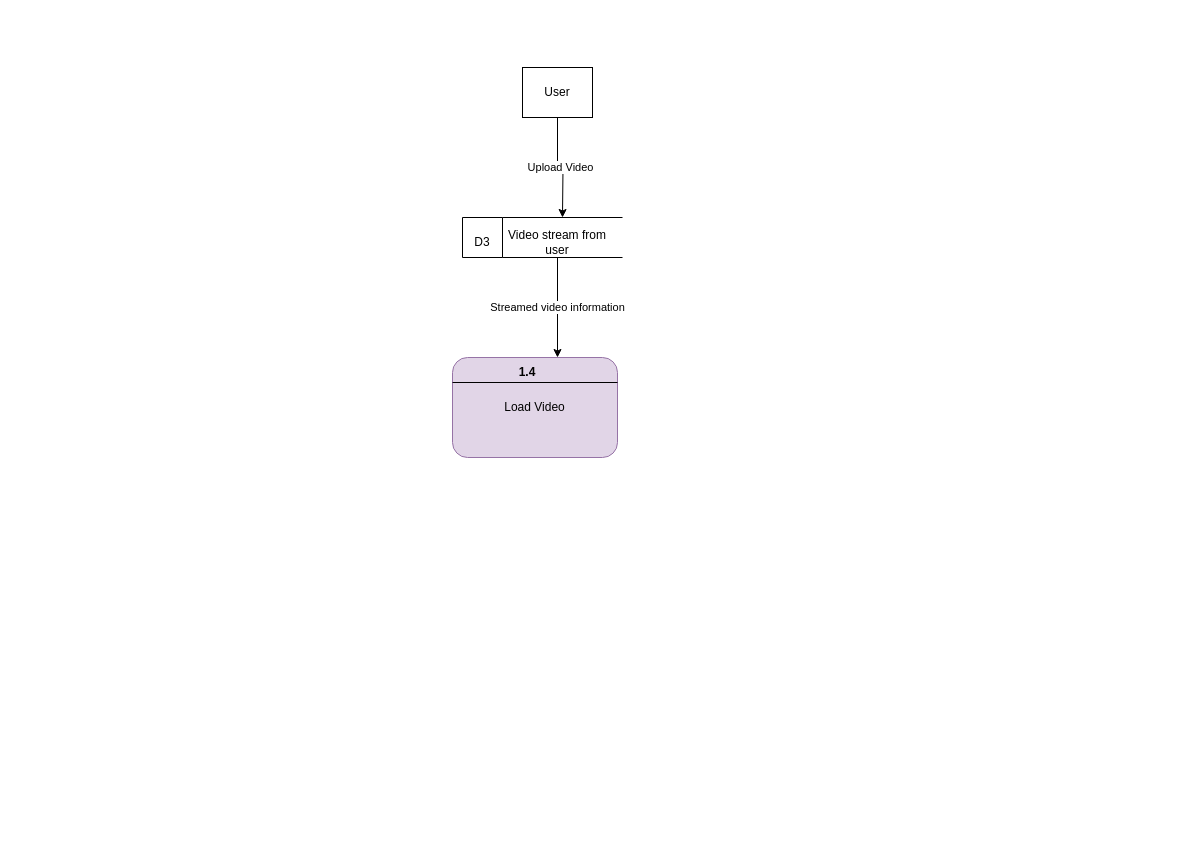
Earlier version of the draw.io diagram Diagrams/Dataflow Diagram.drawio (vish84725/Research_Artifacts). Source tidied: cells renumbered, new cells numbered last; positions are measured from the earlier drawing's top-left corner, leaving out a move shared by most shapes. Both pictures are drawn from the tidied source at 100%, with x=0, y=0 at pixel (452, 67).
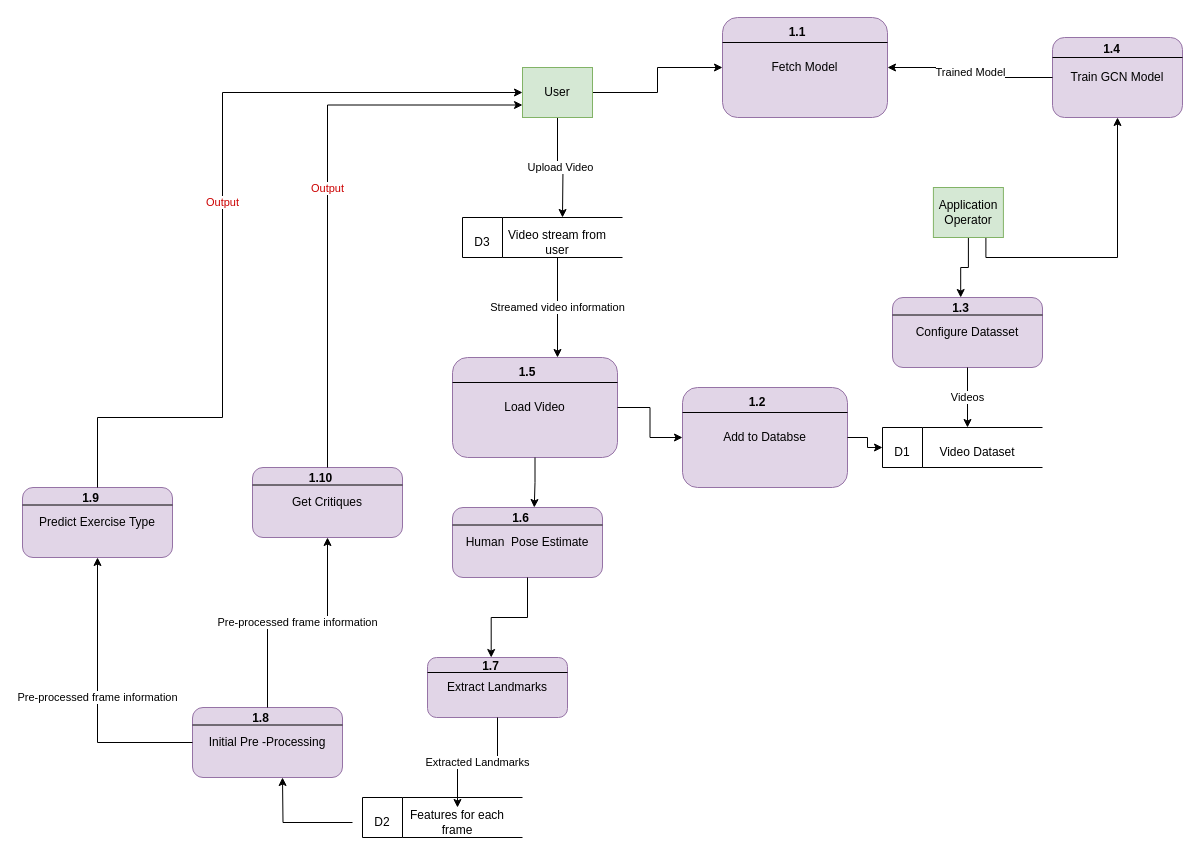
Above is the later version.

The change refers to these unchanged cells:
```xml
<mxCell id="13" style="group;" parent="1" vertex="1">
  <mxGeometry y="290" width="165" height="100" as="geometry" />
</mxCell>
<mxCell id="14" value="Load Video" style="rounded=1;whiteSpace=wrap;html=1;fillColor=#e1d5e7;strokeColor=#9673a6;" parent="13" vertex="1">
  <mxGeometry width="165" height="100" as="geometry" />
</mxCell>
```

What changed in the source:
```diff
@@
+    <mxCell id="18" style="edgeStyle=orthogonalEdgeStyle;rounded=0;jettySize=auto;html=1;" parent="1" edge="1" source="3" target="45">
+      <mxGeometry relative="1" as="geometry" />
+    </mxCell>
-    <mxCell id="3" value="User" style="rounded=0;whiteSpace=wrap;html=1;" parent="1" vertex="1">
+    <mxCell id="3" value="User" style="rounded=0;whiteSpace=wrap;html=1;fillColor=#d5e8d4;strokeColor=#82b366;" parent="1" vertex="1">
       <mxGeometry x="70" width="70" height="50" as="geometry" />
     </mxCell>
@@
-    <mxCell id="16" value="&lt;b&gt;1.4&lt;/b&gt;" style="text;html=1;strokeColor=none;fillColor=none;align=center;verticalAlign=middle;whiteSpace=wrap;rounded=0;" parent="13" vertex="1">
+    <mxCell id="16" value="&lt;b&gt;1.5&lt;/b&gt;" style="text;html=1;strokeColor=none;fillColor=none;align=center;verticalAlign=middle;whiteSpace=wrap;rounded=0;" parent="13" vertex="1">
       <mxGeometry x="45" width="60" height="30" as="geometry" />
     </mxCell>
@@
+    <mxCell id="19" style="group;" parent="1" vertex="1">
+      <mxGeometry y="440" width="150" height="70" as="geometry" />
+    </mxCell>
+    <mxCell id="20" value="Human&amp;nbsp; Pose Estimate" style="rounded=1;whiteSpace=wrap;html=1;fillColor=#e1d5e7;strokeColor=#9673a6;" parent="19" vertex="1">
+      <mxGeometry width="150" height="70" as="geometry" />
+    </mxCell>
+    <mxCell id="21" style="endArrow=none;html=1;rounded=0;entryX=1;entryY=0.25;entryDx=0;entryDy=0;exitX=0;exitY=0.25;exitDx=0;exitDy=0;" parent="19" edge="1" source="20" target="20">
+      <mxGeometry relative="1" as="geometry" />
+    </mxCell>
+    <mxCell id="22" value="&lt;b&gt;1.6&lt;/b&gt;" style="text;html=1;strokeColor=none;fillColor=none;align=center;verticalAlign=middle;whiteSpace=wrap;rounded=0;" parent="19" vertex="1">
+      <mxGeometry x="40.9" width="54.5" height="21" as="geometry" />
+    </mxCell>
+    <mxCell id="23" style="edgeStyle=orthogonalEdgeStyle;rounded=0;jettySize=auto;html=1;entryX=0.75;entryY=0;entryDx=0;entryDy=0;" parent="1" edge="1" source="14" target="22">
+      <mxGeometry relative="1" as="geometry" />
+    </mxCell>
+    <mxCell id="24" style="group;" parent="1" vertex="1">
+      <mxGeometry x="-25" y="590" width="140" height="60" as="geometry" />
+    </mxCell>
+    <mxCell id="25" value="Extract Landmarks" style="rounded=1;whiteSpace=wrap;html=1;fillColor=#e1d5e7;strokeColor=#9673a6;" parent="24" vertex="1">
+      <mxGeometry width="140" height="60" as="geometry" />
+    </mxCell>
+    <mxCell id="26" style="endArrow=none;html=1;rounded=0;entryX=1;entryY=0.25;entryDx=0;entryDy=0;exitX=0;exitY=0.25;exitDx=0;exitDy=0;" parent="24" edge="1" source="25" target="25">
+      <mxGeometry relative="1" as="geometry" />
+    </mxCell>
+    <mxCell id="27" value="&lt;b&gt;1.7&lt;/b&gt;" style="text;html=1;strokeColor=none;fillColor=none;align=center;verticalAlign=middle;whiteSpace=wrap;rounded=0;" parent="24" vertex="1">
+      <mxGeometry x="38.2" width="50.9" height="18" as="geometry" />
+    </mxCell>
+    <mxCell id="28" style="edgeStyle=orthogonalEdgeStyle;rounded=0;jettySize=auto;html=1;" parent="1" edge="1" source="20" target="27">
+      <mxGeometry relative="1" as="geometry" />
+    </mxCell>
+    <mxCell id="29" style="group;" parent="1" vertex="1">
+      <mxGeometry x="-100" y="730" width="170" height="40" as="geometry" />
+    </mxCell>
+    <mxCell id="30" style="endArrow=none;html=1;rounded=0;" parent="29" edge="1">
+      <mxGeometry relative="1" as="geometry">
+        <mxPoint x="10" y="40" as="sourcePoint" />
+        <mxPoint x="10" as="targetPoint" />
+      </mxGeometry>
+    </mxCell>
+    <mxCell id="31" style="endArrow=none;html=1;rounded=0;" parent="29" edge="1">
+      <mxGeometry relative="1" as="geometry">
+        <mxPoint x="50" as="sourcePoint" />
+        <mxPoint x="10" as="targetPoint" />
+      </mxGeometry>
+    </mxCell>
+    <mxCell id="32" style="endArrow=none;html=1;rounded=0;" parent="29" edge="1">
+      <mxGeometry relative="1" as="geometry">
+        <mxPoint x="50" y="40" as="sourcePoint" />
+        <mxPoint x="10" y="40" as="targetPoint" />
+      </mxGeometry>
+    </mxCell>
+    <mxCell id="33" style="endArrow=none;html=1;rounded=0;" parent="29" edge="1">
+      <mxGeometry relative="1" as="geometry">
+        <mxPoint x="50" as="sourcePoint" />
+        <mxPoint x="50" y="40" as="targetPoint" />
+      </mxGeometry>
+    </mxCell>
+    <mxCell id="34" style="endArrow=none;html=1;rounded=0;" parent="29" edge="1">
+      <mxGeometry relative="1" as="geometry">
+        <mxPoint x="170" as="sourcePoint" />
+        <mxPoint x="50" as="targetPoint" />
+      </mxGeometry>
+    </mxCell>
+    <mxCell id="35" style="endArrow=none;html=1;rounded=0;" parent="29" edge="1">
+      <mxGeometry relative="1" as="geometry">
+        <mxPoint x="170" y="40" as="sourcePoint" />
+        <mxPoint x="50" y="40" as="targetPoint" />
+      </mxGeometry>
+    </mxCell>
+    <mxCell id="36" value="D2" style="text;html=1;strokeColor=none;fillColor=none;align=center;verticalAlign=middle;whiteSpace=wrap;rounded=0;" parent="29" vertex="1">
+      <mxGeometry y="10" width="60" height="30" as="geometry" />
+    </mxCell>
+    <mxCell id="37" value="Features for each frame" style="text;html=1;strokeColor=none;fillColor=none;align=center;verticalAlign=middle;whiteSpace=wrap;rounded=0;" parent="29" vertex="1">
+      <mxGeometry x="50" y="10" width="110" height="30" as="geometry" />
+    </mxCell>
+    <mxCell id="38" value="Extracted Landmarks" style="edgeStyle=orthogonalEdgeStyle;rounded=0;jettySize=auto;html=1;entryX=0.5;entryY=0;entryDx=0;entryDy=0;" parent="1" edge="1" source="25" target="37">
+      <mxGeometry relative="1" as="geometry" />
+    </mxCell>
+    <mxCell id="39" style="group;" parent="1" vertex="1">
+      <mxGeometry x="-260" y="640" width="150" height="70" as="geometry" />
+    </mxCell>
+    <mxCell id="40" value="Initial Pre -Processing" style="rounded=1;whiteSpace=wrap;html=1;fillColor=#e1d5e7;strokeColor=#9673a6;" parent="39" vertex="1">
+      <mxGeometry width="150" height="70" as="geometry" />
+    </mxCell>
+    <mxCell id="41" style="endArrow=none;html=1;rounded=0;entryX=1;entryY=0.25;entryDx=0;entryDy=0;exitX=0;exitY=0.25;exitDx=0;exitDy=0;" parent="39" edge="1" source="40" target="40">
+      <mxGeometry relative="1" as="geometry" />
+    </mxCell>
+    <mxCell id="42" value="&lt;b&gt;1.8&lt;/b&gt;" style="text;html=1;strokeColor=none;fillColor=none;align=center;verticalAlign=middle;whiteSpace=wrap;rounded=0;" parent="39" vertex="1">
+      <mxGeometry x="40.9" width="54.5" height="21" as="geometry" />
+    </mxCell>
+    <mxCell id="43" style="edgeStyle=orthogonalEdgeStyle;rounded=0;jettySize=auto;html=1;" parent="1" edge="1" source="36">
+      <mxGeometry relative="1" as="geometry">
+        <mxPoint x="-170" y="710" as="targetPoint" />
+      </mxGeometry>
+    </mxCell>
+    <mxCell id="44" style="group;" parent="1" vertex="1">
+      <mxGeometry x="270" y="-50" width="165" height="100" as="geometry" />
+    </mxCell>
+    <mxCell id="45" value="Fetch Model" style="rounded=1;whiteSpace=wrap;html=1;fillColor=#e1d5e7;strokeColor=#9673a6;" parent="44" vertex="1">
+      <mxGeometry width="165" height="100" as="geometry" />
+    </mxCell>
+    <mxCell id="46" style="endArrow=none;html=1;rounded=0;entryX=1;entryY=0.25;entryDx=0;entryDy=0;exitX=0;exitY=0.25;exitDx=0;exitDy=0;" parent="44" edge="1" source="45" target="45">
+      <mxGeometry relative="1" as="geometry" />
+    </mxCell>
+    <mxCell id="47" value="&lt;b&gt;1.1&lt;/b&gt;" style="text;html=1;strokeColor=none;fillColor=none;align=center;verticalAlign=middle;whiteSpace=wrap;rounded=0;" parent="44" vertex="1">
+      <mxGeometry x="45" width="60" height="30" as="geometry" />
+    </mxCell>
+    <mxCell id="48" style="edgeStyle=orthogonalEdgeStyle;rounded=0;jettySize=auto;html=1;" parent="1" edge="1" source="14" target="59">
+      <mxGeometry relative="1" as="geometry" />
+    </mxCell>
+    <mxCell id="49" style="group;" parent="1" vertex="1">
+      <mxGeometry x="420" y="360" width="205" height="60" as="geometry" />
+    </mxCell>
+    <mxCell id="50" style="endArrow=none;html=1;rounded=0;" parent="49" edge="1">
+      <mxGeometry relative="1" as="geometry">
+        <mxPoint x="10" y="40" as="sourcePoint" />
+        <mxPoint x="10" as="targetPoint" />
+      </mxGeometry>
+    </mxCell>
+    <mxCell id="51" style="endArrow=none;html=1;rounded=0;" parent="49" edge="1">
+      <mxGeometry relative="1" as="geometry">
+        <mxPoint x="50" as="sourcePoint" />
+        <mxPoint x="10" as="targetPoint" />
+      </mxGeometry>
+    </mxCell>
+    <mxCell id="52" style="endArrow=none;html=1;rounded=0;" parent="49" edge="1">
+      <mxGeometry relative="1" as="geometry">
+        <mxPoint x="50" y="40" as="sourcePoint" />
+        <mxPoint x="10" y="40" as="targetPoint" />
+      </mxGeometry>
+    </mxCell>
+    <mxCell id="53" style="endArrow=none;html=1;rounded=0;" parent="49" edge="1">
+      <mxGeometry relative="1" as="geometry">
+        <mxPoint x="50" as="sourcePoint" />
+        <mxPoint x="50" y="40" as="targetPoint" />
+      </mxGeometry>
+    </mxCell>
+    <mxCell id="54" style="endArrow=none;html=1;rounded=0;" parent="49" edge="1">
+      <mxGeometry relative="1" as="geometry">
+        <mxPoint x="170" as="sourcePoint" />
+        <mxPoint x="50" as="targetPoint" />
+      </mxGeometry>
+    </mxCell>
+    <mxCell id="55" style="endArrow=none;html=1;rounded=0;" parent="49" edge="1">
+      <mxGeometry relative="1" as="geometry">
+        <mxPoint x="170" y="40" as="sourcePoint" />
+        <mxPoint x="50" y="40" as="targetPoint" />
+      </mxGeometry>
+    </mxCell>
+    <mxCell id="56" value="D1" style="text;html=1;strokeColor=none;fillColor=none;align=center;verticalAlign=middle;whiteSpace=wrap;rounded=0;" parent="49" vertex="1">
+      <mxGeometry y="10" width="60" height="30" as="geometry" />
+    </mxCell>
+    <mxCell id="57" value="Video Dataset" style="text;html=1;strokeColor=none;fillColor=none;align=center;verticalAlign=middle;whiteSpace=wrap;rounded=0;" parent="49" vertex="1">
+      <mxGeometry x="50" y="10" width="110" height="30" as="geometry" />
+    </mxCell>
+    <mxCell id="58" style="group;" parent="49" vertex="1">
+      <mxGeometry x="-190" y="-40" width="165" height="100" as="geometry" />
+    </mxCell>
+    <mxCell id="59" value="Add to Databse" style="rounded=1;whiteSpace=wrap;html=1;fillColor=#e1d5e7;strokeColor=#9673a6;" parent="58" vertex="1">
+      <mxGeometry width="165" height="100" as="geometry" />
+    </mxCell>
+    <mxCell id="60" style="endArrow=none;html=1;rounded=0;entryX=1;entryY=0.25;entryDx=0;entryDy=0;exitX=0;exitY=0.25;exitDx=0;exitDy=0;" parent="58" edge="1" source="59" target="59">
+      <mxGeometry relative="1" as="geometry" />
+    </mxCell>
+    <mxCell id="61" value="&lt;b&gt;1.2&lt;/b&gt;" style="text;html=1;strokeColor=none;fillColor=none;align=center;verticalAlign=middle;whiteSpace=wrap;rounded=0;" parent="58" vertex="1">
+      <mxGeometry x="45" width="60" height="30" as="geometry" />
+    </mxCell>
+    <mxCell id="62" style="edgeStyle=orthogonalEdgeStyle;rounded=0;jettySize=auto;html=1;entryX=0.167;entryY=0.333;entryDx=0;entryDy=0;entryPerimeter=0;" parent="49" edge="1" source="59" target="56">
+      <mxGeometry relative="1" as="geometry" />
+    </mxCell>
+    <mxCell id="63" style="edgeStyle=orthogonalEdgeStyle;rounded=0;jettySize=auto;html=1;" parent="1" edge="1" source="65" target="69">
+      <mxGeometry relative="1" as="geometry" />
+    </mxCell>
+    <mxCell id="64" style="edgeStyle=orthogonalEdgeStyle;rounded=0;jettySize=auto;html=1;exitX=0.75;exitY=1;exitDx=0;exitDy=0;" parent="1" edge="1" source="65" target="72">
+      <mxGeometry relative="1" as="geometry" />
+    </mxCell>
+    <mxCell id="65" value="Application Operator" style="rounded=0;whiteSpace=wrap;html=1;fillColor=#d5e8d4;strokeColor=#82b366;" parent="1" vertex="1">
+      <mxGeometry x="480.9" y="120" width="70" height="50" as="geometry" />
+    </mxCell>
+    <mxCell id="66" style="group;" parent="1" vertex="1">
+      <mxGeometry x="440" y="230" width="150" height="70" as="geometry" />
+    </mxCell>
+    <mxCell id="67" value="Configure Datasset" style="rounded=1;whiteSpace=wrap;html=1;fillColor=#e1d5e7;strokeColor=#9673a6;" parent="66" vertex="1">
+      <mxGeometry width="150" height="70" as="geometry" />
+    </mxCell>
+    <mxCell id="68" style="endArrow=none;html=1;rounded=0;entryX=1;entryY=0.25;entryDx=0;entryDy=0;exitX=0;exitY=0.25;exitDx=0;exitDy=0;" parent="66" edge="1" source="67" target="67">
+      <mxGeometry relative="1" as="geometry" />
+    </mxCell>
+    <mxCell id="69" value="&lt;b&gt;1.3&lt;/b&gt;" style="text;html=1;strokeColor=none;fillColor=none;align=center;verticalAlign=middle;whiteSpace=wrap;rounded=0;" parent="66" vertex="1">
+      <mxGeometry x="40.9" width="54.5" height="21" as="geometry" />
+    </mxCell>
+    <mxCell id="70" value="Videos" style="edgeStyle=orthogonalEdgeStyle;rounded=0;jettySize=auto;html=1;" parent="1" edge="1" source="67">
+      <mxGeometry relative="1" as="geometry">
+        <mxPoint x="515" y="360" as="targetPoint" />
+      </mxGeometry>
+    </mxCell>
+    <mxCell id="71" style="group;" parent="1" vertex="1">
+      <mxGeometry x="600" y="-30" width="130" height="80" as="geometry" />
+    </mxCell>
+    <mxCell id="72" value="Train GCN Model" style="rounded=1;whiteSpace=wrap;html=1;fillColor=#e1d5e7;strokeColor=#9673a6;" parent="71" vertex="1">
+      <mxGeometry width="130" height="80" as="geometry" />
+    </mxCell>
+    <mxCell id="73" style="endArrow=none;html=1;rounded=0;entryX=1;entryY=0.25;entryDx=0;entryDy=0;exitX=0;exitY=0.25;exitDx=0;exitDy=0;" parent="71" edge="1" source="72" target="72">
+      <mxGeometry relative="1" as="geometry" />
+    </mxCell>
+    <mxCell id="74" value="&lt;b&gt;1.4&lt;/b&gt;" style="text;html=1;strokeColor=none;fillColor=none;align=center;verticalAlign=middle;whiteSpace=wrap;rounded=0;" parent="71" vertex="1">
+      <mxGeometry x="35.5" width="47.3" height="24" as="geometry" />
+    </mxCell>
+    <mxCell id="75" value="Trained Model" style="edgeStyle=orthogonalEdgeStyle;rounded=0;jettySize=auto;html=1;entryX=1;entryY=0.5;entryDx=0;entryDy=0;" parent="1" edge="1" source="72" target="45">
+      <mxGeometry relative="1" as="geometry" />
+    </mxCell>
+    <mxCell id="76" style="group;" parent="1" vertex="1">
+      <mxGeometry x="-200" y="400" width="150" height="70" as="geometry" />
+    </mxCell>
+    <mxCell id="77" value="Get Critiques" style="rounded=1;whiteSpace=wrap;html=1;fillColor=#e1d5e7;strokeColor=#9673a6;" parent="76" vertex="1">
+      <mxGeometry width="150" height="70" as="geometry" />
+    </mxCell>
+    <mxCell id="78" style="endArrow=none;html=1;rounded=0;entryX=1;entryY=0.25;entryDx=0;entryDy=0;exitX=0;exitY=0.25;exitDx=0;exitDy=0;" parent="76" edge="1" source="77" target="77">
+      <mxGeometry relative="1" as="geometry" />
+    </mxCell>
+    <mxCell id="79" value="&lt;b&gt;1.10&lt;/b&gt;" style="text;html=1;strokeColor=none;fillColor=none;align=center;verticalAlign=middle;whiteSpace=wrap;rounded=0;" parent="76" vertex="1">
+      <mxGeometry x="40.9" width="54.5" height="21" as="geometry" />
+    </mxCell>
+    <mxCell id="80" style="group;" parent="1" vertex="1">
+      <mxGeometry x="-430" y="420" width="150" height="70" as="geometry" />
+    </mxCell>
+    <mxCell id="81" value="Predict Exercise Type" style="rounded=1;whiteSpace=wrap;html=1;fillColor=#e1d5e7;strokeColor=#9673a6;" parent="80" vertex="1">
+      <mxGeometry width="150" height="70" as="geometry" />
+    </mxCell>
+    <mxCell id="82" style="endArrow=none;html=1;rounded=0;entryX=1;entryY=0.25;entryDx=0;entryDy=0;exitX=0;exitY=0.25;exitDx=0;exitDy=0;" parent="80" edge="1" source="81" target="81">
+      <mxGeometry relative="1" as="geometry" />
+    </mxCell>
+    <mxCell id="83" value="&lt;b&gt;1.9&lt;/b&gt;" style="text;html=1;strokeColor=none;fillColor=none;align=center;verticalAlign=middle;whiteSpace=wrap;rounded=0;" parent="80" vertex="1">
+      <mxGeometry x="40.9" width="54.5" height="21" as="geometry" />
+    </mxCell>
+    <mxCell id="84" value="Pre-processed frame information&lt;br&gt;" style="edgeStyle=orthogonalEdgeStyle;rounded=0;jettySize=auto;html=1;" parent="1" edge="1" source="40" target="81">
+      <mxGeometry relative="1" as="geometry" />
+    </mxCell>
+    <mxCell id="85" value="Pre-processed frame information" style="edgeStyle=orthogonalEdgeStyle;rounded=0;jettySize=auto;html=1;" parent="1" edge="1" source="40" target="77">
+      <mxGeometry relative="1" as="geometry" />
+    </mxCell>
+    <mxCell id="86" value="&lt;font color=&quot;#cc0000&quot;&gt;Output&lt;/font&gt;" style="edgeStyle=orthogonalEdgeStyle;rounded=0;jettySize=auto;html=1;entryX=0;entryY=0.5;entryDx=0;entryDy=0;" parent="1" edge="1" source="81" target="3">
+      <mxGeometry relative="1" as="geometry">
+        <Array as="points">
+          <mxPoint x="-355" y="350" />
+          <mxPoint x="-230" y="350" />
+          <mxPoint x="-230" y="25" />
+        </Array>
+      </mxGeometry>
+    </mxCell>
+    <mxCell id="87" value="&lt;font color=&quot;#cc0000&quot;&gt;Output&lt;/font&gt;" style="edgeStyle=orthogonalEdgeStyle;rounded=0;jettySize=auto;html=1;entryX=0;entryY=0.75;entryDx=0;entryDy=0;" parent="1" edge="1" source="77" target="3">
+      <mxGeometry relative="1" as="geometry">
+        <Array as="points">
+          <mxPoint x="-125" y="38" />
+        </Array>
+      </mxGeometry>
+    </mxCell>
```
